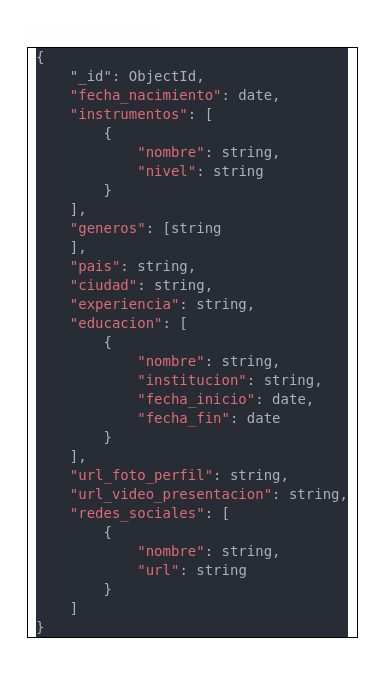
This is Base de datos/Musician/Musician.drawio from moises-ph/Nodens-documentacion, a draw.io file, before an edit. Source tidied: cells renumbered, new cells numbered last; positions are measured from the earlier drawing's top-left corner, leaving out a move shared by most shapes. Both pictures are drawn from the tidied source at 100%, with x=0, y=0 at pixel (17, 17).
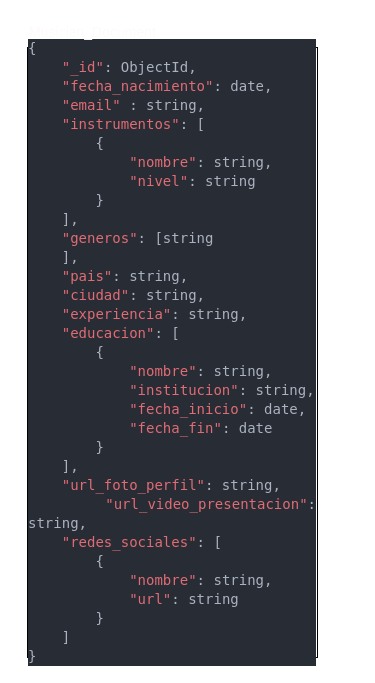
Above is the later version.

Change to the diagram source:
```diff
@@
 <mxGraphModel>
   <root>
     <mxCell id="0" />
     <mxCell id="1" parent="0" />
-    <mxCell id="2" value="&lt;div style=&quot;text-align: justify; font-size: 14px;&quot;&gt;&lt;div style=&quot;color: rgb(169, 177, 214); background-color: rgb(26, 27, 38); font-family: Consolas, &amp;quot;Courier New&amp;quot;, monospace; line-height: 19px;&quot;&gt;&lt;div style=&quot;line-height: 19px;&quot;&gt;&lt;div style=&quot;line-height: 19px;&quot;&gt;&lt;div style=&quot;line-height: 19px;&quot;&gt;&lt;div style=&quot;line-height: 19px;&quot;&gt;&lt;div style=&quot;color: rgb(171, 178, 191); background-color: rgb(40, 44, 52); font-family: &amp;quot;DejaVu Sans Mono&amp;quot;, Consolas, &amp;quot;Courier New&amp;quot;, monospace; line-height: 19px;&quot;&gt;&lt;div style=&quot;line-height: 19px;&quot;&gt;&lt;div&gt;{&lt;/div&gt;&lt;div&gt;&amp;nbsp; &amp;nbsp; &quot;_id&quot;: ObjectId,&lt;/div&gt;&lt;div&gt;&amp;nbsp; &amp;nbsp; &lt;span style=&quot;color: #e06c75;&quot;&gt;&quot;fecha_nacimiento&quot;&lt;/span&gt;: date,&lt;/div&gt;&lt;div&gt;&amp;nbsp; &amp;nbsp; &lt;span style=&quot;color: #e06c75;&quot;&gt;&quot;instrumentos&quot;&lt;/span&gt;: [&lt;/div&gt;&lt;div&gt;&amp;nbsp; &amp;nbsp; &amp;nbsp; &amp;nbsp; {&lt;/div&gt;&lt;div&gt;&amp;nbsp; &amp;nbsp; &amp;nbsp; &amp;nbsp; &amp;nbsp; &amp;nbsp; &lt;span style=&quot;color: #e06c75;&quot;&gt;&quot;nombre&quot;&lt;/span&gt;: string,&lt;/div&gt;&lt;div&gt;&amp;nbsp; &amp;nbsp; &amp;nbsp; &amp;nbsp; &amp;nbsp; &amp;nbsp; &lt;span style=&quot;color: #e06c75;&quot;&gt;&quot;nivel&quot;&lt;/span&gt;: string&lt;/div&gt;&lt;div&gt;&amp;nbsp; &amp;nbsp; &amp;nbsp; &amp;nbsp; }&lt;/div&gt;&lt;div&gt;&amp;nbsp; &amp;nbsp; ],&lt;/div&gt;&lt;div&gt;&amp;nbsp; &amp;nbsp; &lt;span style=&quot;color: #e06c75;&quot;&gt;&quot;generos&quot;&lt;/span&gt;: [string&lt;/div&gt;&lt;div&gt;&amp;nbsp; &amp;nbsp; ],&lt;/div&gt;&lt;div&gt;&amp;nbsp; &amp;nbsp; &lt;span style=&quot;color: #e06c75;&quot;&gt;&quot;pais&quot;&lt;/span&gt;: string,&lt;/div&gt;&lt;div&gt;&amp;nbsp; &amp;nbsp; &lt;span style=&quot;color: #e06c75;&quot;&gt;&quot;ciudad&quot;&lt;/span&gt;: string,&lt;/div&gt;&lt;div&gt;&amp;nbsp; &amp;nbsp; &lt;span style=&quot;color: #e06c75;&quot;&gt;&quot;experiencia&quot;&lt;/span&gt;: string,&lt;/div&gt;&lt;div&gt;&amp;nbsp; &amp;nbsp; &lt;span style=&quot;color: #e06c75;&quot;&gt;&quot;educacion&quot;&lt;/span&gt;: [&lt;/div&gt;&lt;div&gt;&amp;nbsp; &amp;nbsp; &amp;nbsp; &amp;nbsp; {&lt;/div&gt;&lt;div&gt;&amp;nbsp; &amp;nbsp; &amp;nbsp; &amp;nbsp; &amp;nbsp; &amp;nbsp; &lt;span style=&quot;color: #e06c75;&quot;&gt;&quot;nombre&quot;&lt;/span&gt;: string,&lt;/div&gt;&lt;div&gt;&amp;nbsp; &amp;nbsp; &amp;nbsp; &amp;nbsp; &amp;nbsp; &amp;nbsp; &lt;span style=&quot;color: #e06c75;&quot;&gt;&quot;institucion&quot;&lt;/span&gt;: string,&lt;/div&gt;&lt;div&gt;&amp;nbsp; &amp;nbsp; &amp;nbsp; &amp;nbsp; &amp;nbsp; &amp;nbsp; &lt;span style=&quot;color: #e06c75;&quot;&gt;&quot;fecha_inicio&quot;&lt;/span&gt;: date,&lt;/div&gt;&lt;div&gt;&amp;nbsp; &amp;nbsp; &amp;nbsp; &amp;nbsp; &amp;nbsp; &amp;nbsp; &lt;span style=&quot;color: #e06c75;&quot;&gt;&quot;fecha_fin&quot;&lt;/span&gt;: date&lt;/div&gt;&lt;div&gt;&amp;nbsp; &amp;nbsp; &amp;nbsp; &amp;nbsp; }&lt;/div&gt;&lt;div&gt;&amp;nbsp; &amp;nbsp; ],&lt;/div&gt;&lt;div&gt;&amp;nbsp; &amp;nbsp; &lt;span style=&quot;color: #e06c75;&quot;&gt;&quot;url_foto_perfil&quot;&lt;/span&gt;: string,&lt;/div&gt;&lt;div&gt;&amp;nbsp; &amp;nbsp; &lt;span style=&quot;color: #e06c75;&quot;&gt;&quot;url_video_presentacion&quot;&lt;/span&gt;: string,&lt;/div&gt;&lt;div&gt;&amp;nbsp; &amp;nbsp; &lt;span style=&quot;color: #e06c75;&quot;&gt;&quot;redes_sociales&quot;&lt;/span&gt;: [&lt;/div&gt;&lt;div&gt;&amp;nbsp; &amp;nbsp; &amp;nbsp; &amp;nbsp; {&lt;/div&gt;&lt;div&gt;&amp;nbsp; &amp;nbsp; &amp;nbsp; &amp;nbsp; &amp;nbsp; &amp;nbsp; &lt;span style=&quot;color: #e06c75;&quot;&gt;&quot;nombre&quot;&lt;/span&gt;: string,&lt;/div&gt;&lt;div&gt;&amp;nbsp; &amp;nbsp; &amp;nbsp; &amp;nbsp; &amp;nbsp; &amp;nbsp; &lt;span style=&quot;color: #e06c75;&quot;&gt;&quot;url&quot;&lt;/span&gt;: string&lt;/div&gt;&lt;div&gt;&amp;nbsp; &amp;nbsp; &amp;nbsp; &amp;nbsp; }&lt;/div&gt;&lt;div&gt;&amp;nbsp; &amp;nbsp; ]&lt;/div&gt;&lt;div&gt;}&lt;/div&gt;&lt;/div&gt;&lt;/div&gt;&lt;/div&gt;&lt;/div&gt;&lt;/div&gt;&lt;/div&gt;&lt;/div&gt;&lt;/div&gt;&lt;div style=&quot;text-align: justify;&quot;&gt;&lt;/div&gt;" style="rounded=0;whiteSpace=wrap;html=1;" parent="1" vertex="1">
-      <mxGeometry x="10" y="30" width="330" height="590" as="geometry" />
+    <mxCell id="2" value="&lt;div style=&quot;text-align: justify; font-size: 14px;&quot;&gt;&lt;div style=&quot;background-color: rgb(26, 27, 38); font-family: Consolas, &amp;quot;Courier New&amp;quot;, monospace; line-height: 19px;&quot;&gt;&lt;div style=&quot;line-height: 19px;&quot;&gt;&lt;div style=&quot;line-height: 19px;&quot;&gt;&lt;div style=&quot;line-height: 19px;&quot;&gt;&lt;div style=&quot;line-height: 19px;&quot;&gt;&lt;div style=&quot;background-color: rgb(40, 44, 52); font-family: &amp;quot;DejaVu Sans Mono&amp;quot;, Consolas, &amp;quot;Courier New&amp;quot;, monospace; line-height: 19px;&quot;&gt;&lt;div style=&quot;line-height: 19px;&quot;&gt;&lt;div style=&quot;color: rgb(171, 178, 191);&quot;&gt;{&lt;/div&gt;&lt;div style=&quot;&quot;&gt;&lt;span style=&quot;color: rgb(171, 178, 191);&quot;&gt;&amp;nbsp; &amp;nbsp; &lt;/span&gt;&lt;font color=&quot;#e06c75&quot;&gt;&quot;_id&quot;&lt;/font&gt;&lt;font color=&quot;#abb2bf&quot;&gt;: ObjectId,&lt;/font&gt;&lt;/div&gt;&lt;div style=&quot;color: rgb(171, 178, 191);&quot;&gt;&amp;nbsp; &amp;nbsp; &lt;span style=&quot;color: #e06c75;&quot;&gt;&quot;fecha_nacimiento&quot;&lt;/span&gt;: date,&lt;/div&gt;&lt;div style=&quot;&quot;&gt;&lt;font color=&quot;#abb2bf&quot;&gt;&amp;nbsp; &amp;nbsp; &lt;/font&gt;&lt;font color=&quot;#e06c75&quot;&gt;&quot;email&quot;&lt;/font&gt;&lt;font color=&quot;#abb2bf&quot;&gt; : string,&lt;/font&gt;&lt;/div&gt;&lt;div style=&quot;color: rgb(171, 178, 191);&quot;&gt;&amp;nbsp; &amp;nbsp; &lt;span style=&quot;color: #e06c75;&quot;&gt;&quot;instrumentos&quot;&lt;/span&gt;: [&lt;/div&gt;&lt;div style=&quot;color: rgb(171, 178, 191);&quot;&gt;&amp;nbsp; &amp;nbsp; &amp;nbsp; &amp;nbsp; {&lt;/div&gt;&lt;div style=&quot;color: rgb(171, 178, 191);&quot;&gt;&amp;nbsp; &amp;nbsp; &amp;nbsp; &amp;nbsp; &amp;nbsp; &amp;nbsp; &lt;span style=&quot;color: #e06c75;&quot;&gt;&quot;nombre&quot;&lt;/span&gt;: string,&lt;/div&gt;&lt;div style=&quot;color: rgb(171, 178, 191);&quot;&gt;&amp;nbsp; &amp;nbsp; &amp;nbsp; &amp;nbsp; &amp;nbsp; &amp;nbsp; &lt;span style=&quot;color: #e06c75;&quot;&gt;&quot;nivel&quot;&lt;/span&gt;: string&lt;/div&gt;&lt;div style=&quot;color: rgb(171, 178, 191);&quot;&gt;&amp;nbsp; &amp;nbsp; &amp;nbsp; &amp;nbsp; }&lt;/div&gt;&lt;div style=&quot;color: rgb(171, 178, 191);&quot;&gt;&amp;nbsp; &amp;nbsp; ],&lt;/div&gt;&lt;div style=&quot;color: rgb(171, 178, 191);&quot;&gt;&amp;nbsp; &amp;nbsp; &lt;span style=&quot;color: #e06c75;&quot;&gt;&quot;generos&quot;&lt;/span&gt;: [string&lt;/div&gt;&lt;div style=&quot;color: rgb(171, 178, 191);&quot;&gt;&amp;nbsp; &amp;nbsp; ],&lt;/div&gt;&lt;div style=&quot;color: rgb(171, 178, 191);&quot;&gt;&amp;nbsp; &amp;nbsp; &lt;span style=&quot;color: #e06c75;&quot;&gt;&quot;pais&quot;&lt;/span&gt;: string,&lt;/div&gt;&lt;div style=&quot;color: rgb(171, 178, 191);&quot;&gt;&amp;nbsp; &amp;nbsp; &lt;span style=&quot;color: #e06c75;&quot;&gt;&quot;ciudad&quot;&lt;/span&gt;: string,&lt;/div&gt;&lt;div style=&quot;color: rgb(171, 178, 191);&quot;&gt;&amp;nbsp; &amp;nbsp; &lt;span style=&quot;color: #e06c75;&quot;&gt;&quot;experiencia&quot;&lt;/span&gt;: string,&lt;/div&gt;&lt;div style=&quot;color: rgb(171, 178, 191);&quot;&gt;&amp;nbsp; &amp;nbsp; &lt;span style=&quot;color: #e06c75;&quot;&gt;&quot;educacion&quot;&lt;/span&gt;: [&lt;/div&gt;&lt;div style=&quot;color: rgb(171, 178, 191);&quot;&gt;&amp;nbsp; &amp;nbsp; &amp;nbsp; &amp;nbsp; {&lt;/div&gt;&lt;div style=&quot;color: rgb(171, 178, 191);&quot;&gt;&amp;nbsp; &amp;nbsp; &amp;nbsp; &amp;nbsp; &amp;nbsp; &amp;nbsp; &lt;span style=&quot;color: #e06c75;&quot;&gt;&quot;nombre&quot;&lt;/span&gt;: string,&lt;/div&gt;&lt;div style=&quot;color: rgb(171, 178, 191);&quot;&gt;&amp;nbsp; &amp;nbsp; &amp;nbsp; &amp;nbsp; &amp;nbsp; &amp;nbsp; &lt;span style=&quot;color: #e06c75;&quot;&gt;&quot;institucion&quot;&lt;/span&gt;: string,&lt;/div&gt;&lt;div style=&quot;color: rgb(171, 178, 191);&quot;&gt;&amp;nbsp; &amp;nbsp; &amp;nbsp; &amp;nbsp; &amp;nbsp; &amp;nbsp; &lt;span style=&quot;color: #e06c75;&quot;&gt;&quot;fecha_inicio&quot;&lt;/span&gt;: date,&lt;/div&gt;&lt;div style=&quot;color: rgb(171, 178, 191);&quot;&gt;&amp;nbsp; &amp;nbsp; &amp;nbsp; &amp;nbsp; &amp;nbsp; &amp;nbsp; &lt;span style=&quot;color: #e06c75;&quot;&gt;&quot;fecha_fin&quot;&lt;/span&gt;: date&lt;/div&gt;&lt;div style=&quot;color: rgb(171, 178, 191);&quot;&gt;&amp;nbsp; &amp;nbsp; &amp;nbsp; &amp;nbsp; }&lt;/div&gt;&lt;div style=&quot;color: rgb(171, 178, 191);&quot;&gt;&amp;nbsp; &amp;nbsp; ],&lt;/div&gt;&lt;div style=&quot;color: rgb(171, 178, 191);&quot;&gt;&amp;nbsp; &amp;nbsp; &lt;span style=&quot;color: #e06c75;&quot;&gt;&quot;url_foto_perfil&quot;&lt;/span&gt;: string,&lt;/div&gt;&lt;div style=&quot;color: rgb(171, 178, 191);&quot;&gt;&amp;nbsp; &amp;nbsp; &lt;span style=&quot;color: #e06c75;&quot;&gt;&quot;url_video_presentacion&quot;&lt;/span&gt;: string,&lt;/div&gt;&lt;div style=&quot;color: rgb(171, 178, 191);&quot;&gt;&amp;nbsp; &amp;nbsp; &lt;span style=&quot;color: #e06c75;&quot;&gt;&quot;redes_sociales&quot;&lt;/span&gt;: [&lt;/div&gt;&lt;div style=&quot;color: rgb(171, 178, 191);&quot;&gt;&amp;nbsp; &amp;nbsp; &amp;nbsp; &amp;nbsp; {&lt;/div&gt;&lt;div style=&quot;color: rgb(171, 178, 191);&quot;&gt;&amp;nbsp; &amp;nbsp; &amp;nbsp; &amp;nbsp; &amp;nbsp; &amp;nbsp; &lt;span style=&quot;color: #e06c75;&quot;&gt;&quot;nombre&quot;&lt;/span&gt;: string,&lt;/div&gt;&lt;div style=&quot;color: rgb(171, 178, 191);&quot;&gt;&amp;nbsp; &amp;nbsp; &amp;nbsp; &amp;nbsp; &amp;nbsp; &amp;nbsp; &lt;span style=&quot;color: #e06c75;&quot;&gt;&quot;url&quot;&lt;/span&gt;: string&lt;/div&gt;&lt;div style=&quot;color: rgb(171, 178, 191);&quot;&gt;&amp;nbsp; &amp;nbsp; &amp;nbsp; &amp;nbsp; }&lt;/div&gt;&lt;div style=&quot;color: rgb(171, 178, 191);&quot;&gt;&amp;nbsp; &amp;nbsp; ]&lt;/div&gt;&lt;div style=&quot;color: rgb(171, 178, 191);&quot;&gt;}&lt;/div&gt;&lt;/div&gt;&lt;/div&gt;&lt;/div&gt;&lt;/div&gt;&lt;/div&gt;&lt;/div&gt;&lt;/div&gt;&lt;/div&gt;&lt;div style=&quot;text-align: justify;&quot;&gt;&lt;/div&gt;" style="rounded=0;whiteSpace=wrap;html=1;" parent="1" vertex="1">
+      <mxGeometry x="10" y="30" width="290" height="610" as="geometry" />
     </mxCell>
     <mxCell id="3" value="Musician_Document" style="text;html=1;align=center;verticalAlign=middle;strokeColor=none;fillColor=none;fontSize=14;fontColor=#fffafa;" parent="1" vertex="1">
       <mxGeometry width="150" height="30" as="geometry" />
     </mxCell>
   </root>
 </mxGraphModel>
```
